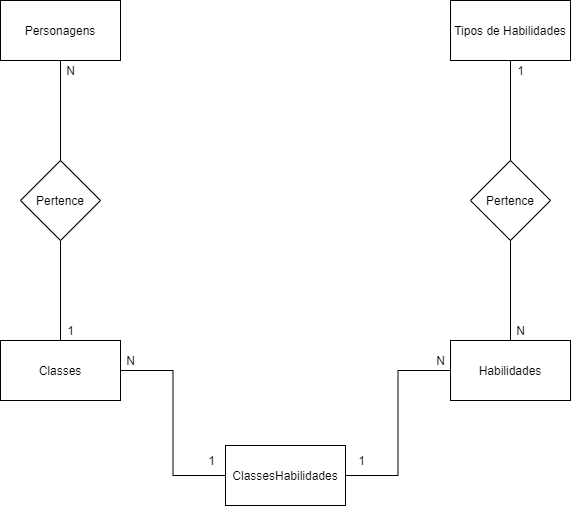
The draw.io diagram SENAI_HROADS_MANHA-Conceitual.png in ViniciusLordelo/HRoads, before a commit. Source tidied: cells renumbered, new cells last; positions are measured from the earlier drawing's top-left corner, leaving out a move shared by most shapes.
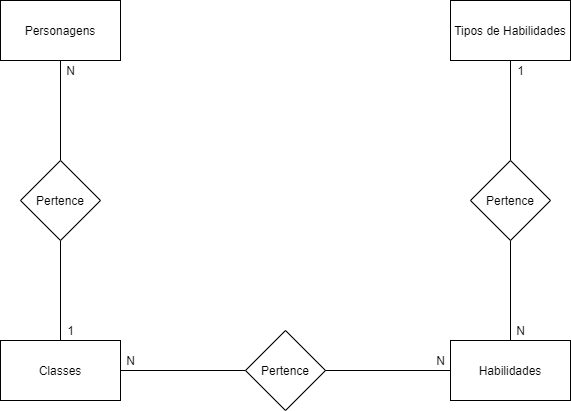
After the change.

Change to the diagram source:
```diff
@@ -5,7 +5,7 @@
     <mxCell id="2" value="Personagens" style="rounded=0;whiteSpace=wrap;html=1;" parent="1" vertex="1">
       <mxGeometry width="120" height="60" as="geometry" />
     </mxCell>
-    <mxCell id="3" style="edgeStyle=orthogonalEdgeStyle;rounded=0;jettySize=auto;html=1;entryX=0;entryY=0.5;entryDx=0;entryDy=0;endArrow=none;endFill=0;" parent="1" edge="1" source="4" target="20">
+    <mxCell id="3" style="edgeStyle=orthogonalEdgeStyle;rounded=0;jettySize=auto;html=1;endArrow=none;endFill=0;entryX=0.075;entryY=0.5;entryDx=0;entryDy=0;entryPerimeter=0;" parent="1" edge="1" source="4" target="23">
       <mxGeometry relative="1" as="geometry" />
     </mxCell>
     <mxCell id="4" value="Classes" style="rounded=0;whiteSpace=wrap;html=1;" parent="1" vertex="1">
@@ -26,9 +26,6 @@
     <mxCell id="9" value="Pertence" style="rhombus;whiteSpace=wrap;html=1;" parent="1" vertex="1">
       <mxGeometry x="20" y="160" width="80" height="80" as="geometry" />
     </mxCell>
-    <mxCell id="10" style="edgeStyle=orthogonalEdgeStyle;rounded=0;jettySize=auto;html=1;entryX=0;entryY=0.5;entryDx=0;entryDy=0;endArrow=none;endFill=0;exitX=1;exitY=0.5;exitDx=0;exitDy=0;" parent="1" edge="1" source="20" target="5">
-      <mxGeometry relative="1" as="geometry" />
-    </mxCell>
     <mxCell id="11" style="edgeStyle=orthogonalEdgeStyle;rounded=0;jettySize=auto;html=1;entryX=0.5;entryY=1;entryDx=0;entryDy=0;endArrow=none;endFill=0;" parent="1" edge="1" source="13" target="6">
       <mxGeometry relative="1" as="geometry" />
     </mxCell>
@@ -56,14 +53,11 @@
     <mxCell id="19" value="1" style="text;html=1;align=center;verticalAlign=middle;" parent="1" vertex="1">
       <mxGeometry x="510" y="60" width="20" height="20" as="geometry" />
     </mxCell>
-    <mxCell id="20" value="ClassesHabilidades" style="rounded=0;whiteSpace=wrap;html=1;" parent="1" vertex="1">
-      <mxGeometry x="225" y="445" width="120" height="60" as="geometry" />
-    </mxCell>
-    <mxCell id="21" value="1" style="text;html=1;align=center;verticalAlign=middle;" parent="1" vertex="1">
-      <mxGeometry x="351" y="450" width="20" height="20" as="geometry" />
-    </mxCell>
-    <mxCell id="22" value="1" style="text;html=1;align=center;verticalAlign=middle;" parent="1" vertex="1">
-      <mxGeometry x="201" y="450" width="20" height="20" as="geometry" />
-    </mxCell>
+    <mxCell id="23" value="Pertence" style="rhombus;whiteSpace=wrap;html=1;" parent="1" vertex="1">
+      <mxGeometry x="245" y="330" width="80" height="80" as="geometry" />
+    </mxCell>
+    <mxCell id="24" style="endArrow=none;html=1;entryX=0;entryY=0.5;entryDx=0;entryDy=0;exitX=1;exitY=0.5;exitDx=0;exitDy=0;" parent="1" edge="1" source="23" target="5">
+      <mxGeometry relative="1" as="geometry" />
+    </mxCell>
   </root>
 </mxGraphModel>
```
